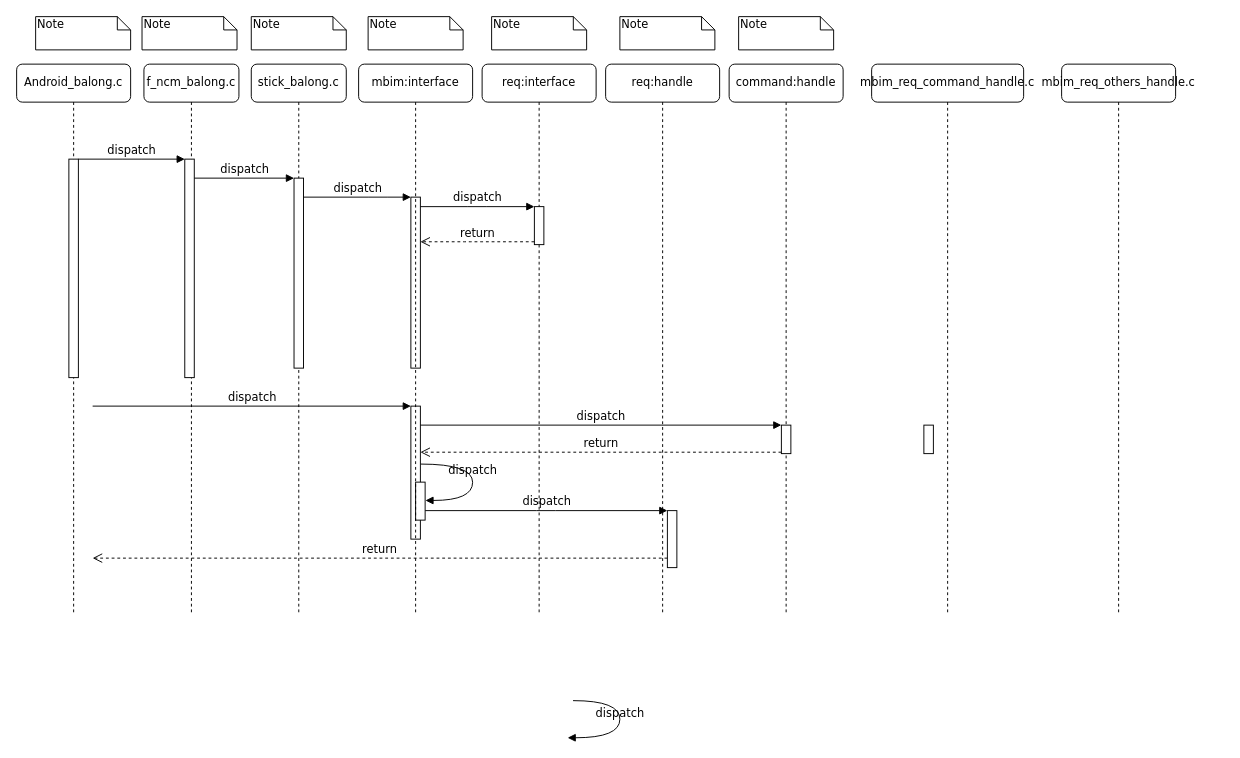
liuhongkang/paper keeps this draw.io diagram as MBIM.drawio. Above is the earlier version. Source tidied: cells renumbered, new cells numbered last; positions are measured from the earlier drawing's top-left corner, leaving out a move shared by most shapes. Both pictures are drawn from the tidied source at 95%, with x=0, y=0 at pixel (16, 16).
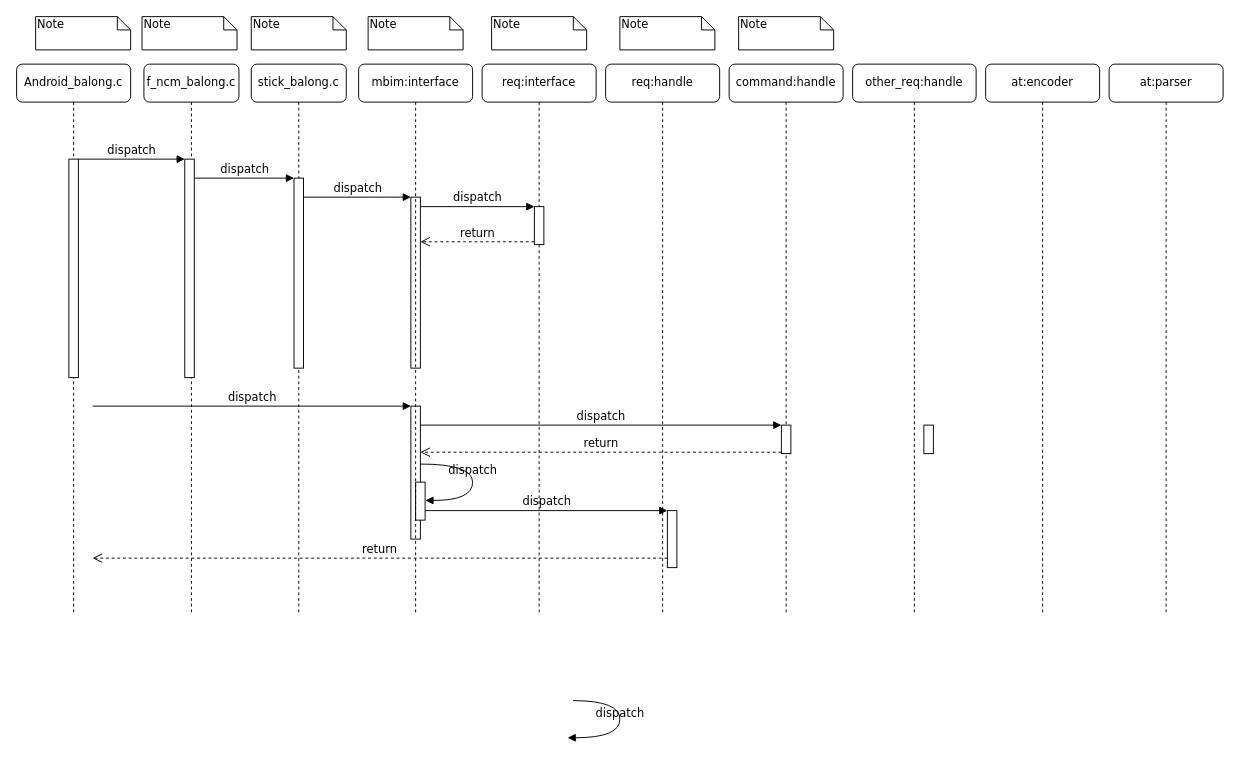
The same page after the edit.

Change to the diagram source:
```diff
@@
-    <mxCell id="36" value="mbim_req_command_handle.c" style="shape=umlLifeline;perimeter=lifelinePerimeter;whiteSpace=wrap;html=1;rounded=1;shadow=0;comic=0;labelBackgroundColor=none;strokeWidth=1;fontFamily=Verdana;fontSize=12;align=center;" parent="1" vertex="1">
-      <mxGeometry x="900" y="50" width="160" height="580" as="geometry" />
+    <mxCell id="36" value="other_req:handle" style="shape=umlLifeline;perimeter=lifelinePerimeter;whiteSpace=wrap;html=1;rounded=1;shadow=0;comic=0;labelBackgroundColor=none;strokeWidth=1;fontFamily=Verdana;fontSize=12;align=center;" parent="1" vertex="1">
+      <mxGeometry x="880" y="50" width="130" height="580" as="geometry" />
     </mxCell>
@@
-    <mxCell id="38" value="mbim_req_others_handle.c" style="shape=umlLifeline;perimeter=lifelinePerimeter;whiteSpace=wrap;html=1;rounded=1;shadow=0;comic=0;labelBackgroundColor=none;strokeWidth=1;fontFamily=Verdana;fontSize=12;align=center;" parent="1" vertex="1">
-      <mxGeometry x="1100" y="50" width="120" height="580" as="geometry" />
+    <mxCell id="38" value="at:encoder" style="shape=umlLifeline;perimeter=lifelinePerimeter;whiteSpace=wrap;html=1;rounded=1;shadow=0;comic=0;labelBackgroundColor=none;strokeWidth=1;fontFamily=Verdana;fontSize=12;align=center;" parent="1" vertex="1">
+      <mxGeometry x="1020" y="50" width="120" height="580" as="geometry" />
     </mxCell>
@@
+    <mxCell id="40" value="at:parser" style="shape=umlLifeline;perimeter=lifelinePerimeter;whiteSpace=wrap;html=1;rounded=1;shadow=0;comic=0;labelBackgroundColor=none;strokeWidth=1;fontFamily=Verdana;fontSize=12;align=center;" parent="1" vertex="1">
+      <mxGeometry x="1150" y="50" width="120" height="580" as="geometry" />
+    </mxCell>
```
